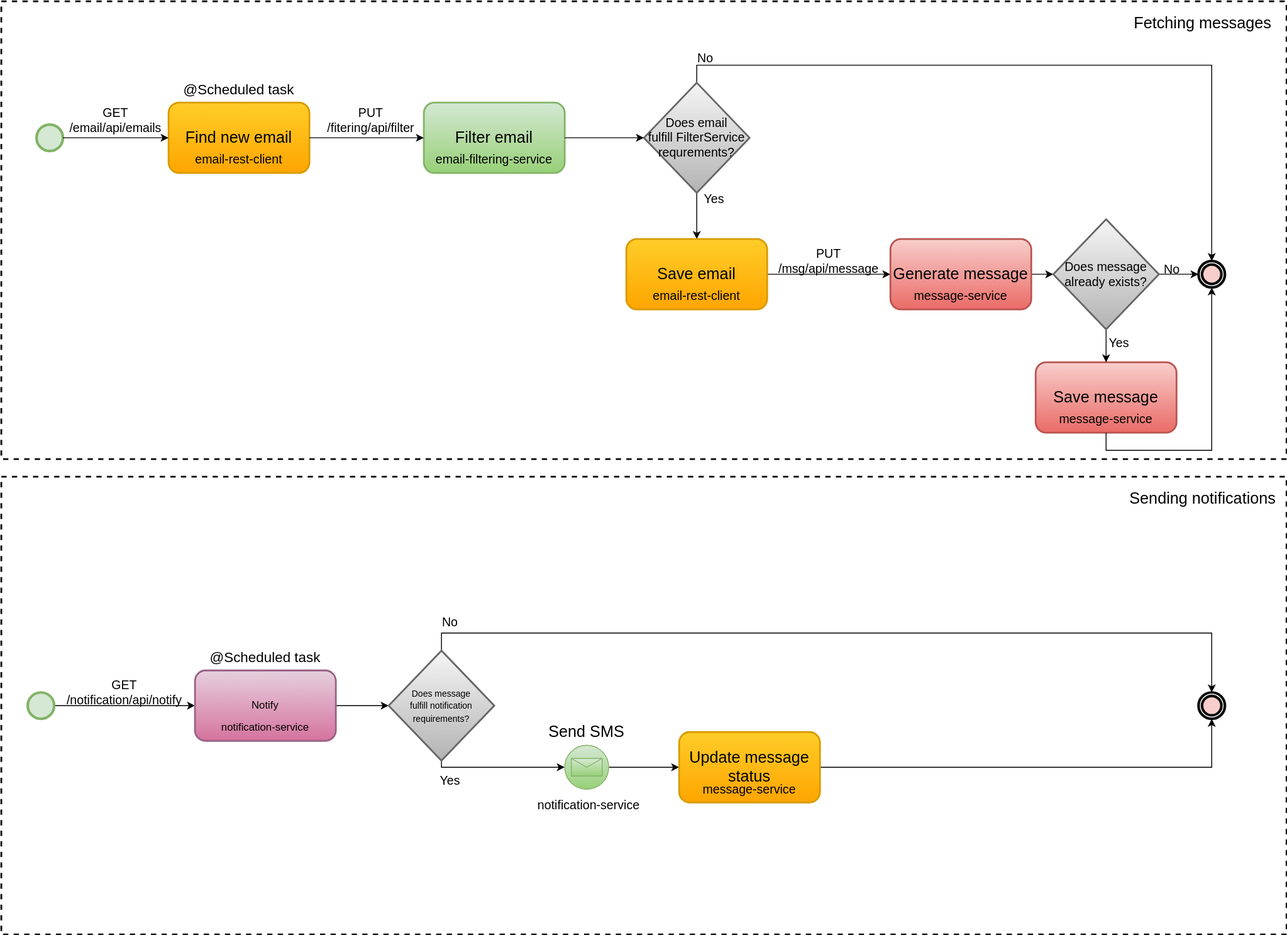
Before: action-diagram.svg, a diagram exported from draw.io (konopkagrzegorz/notification-microservices). Source tidied: cells renumbered, new cells last; positions are measured from the earlier drawing's top-left corner, leaving out a move shared by most shapes.
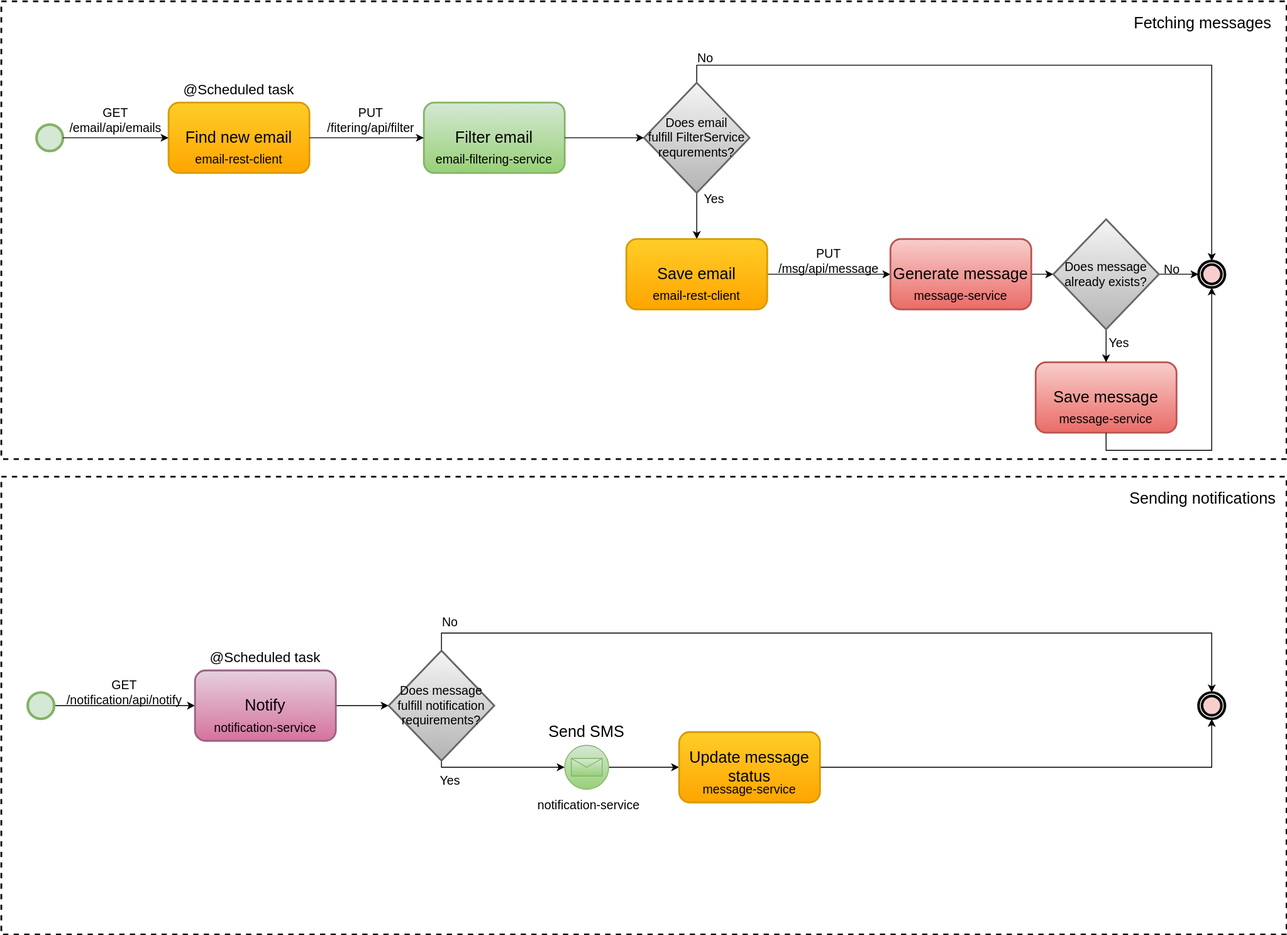
After the change.

Commit message:
increase diagram font

The edit, as a diff of the source:
```diff
@@ -130,13 +130,13 @@
     <mxCell id="43" style="edgeStyle=orthogonalEdgeStyle;rounded=0;jettySize=auto;html=1;exitX=1;exitY=0.5;exitDx=0;exitDy=0;entryX=0;entryY=0.5;entryDx=0;entryDy=0;entryPerimeter=0;fontSize=10;" parent="1" edge="1" source="44" target="49">
       <mxGeometry relative="1" as="geometry" />
     </mxCell>
-    <mxCell id="44" value="Notify" style="shape=rect;html=1;rounded=1;whiteSpace=wrap;align=center;fillStyle=auto;strokeColor=#996185;strokeWidth=2;fillColor=#e6d0de;gradientColor=#d5739d;" parent="1" vertex="1">
+    <mxCell id="44" value="&lt;font style=&quot;font-size: 18px;&quot;&gt;Notify&lt;/font&gt;" style="shape=rect;html=1;rounded=1;whiteSpace=wrap;align=center;fillStyle=auto;strokeColor=#996185;strokeWidth=2;fillColor=#e6d0de;gradientColor=#d5739d;" parent="1" vertex="1">
       <mxGeometry x="220" y="760" width="160" height="80" as="geometry" />
     </mxCell>
     <mxCell id="45" value="&lt;font style=&quot;font-size: 16px;&quot;&gt;@Scheduled task&lt;/font&gt;" style="text;html=1;strokeColor=none;fillColor=none;align=center;verticalAlign=middle;whiteSpace=wrap;rounded=0;fillStyle=auto;" parent="1" vertex="1">
       <mxGeometry x="230" y="730" width="140" height="30" as="geometry" />
     </mxCell>
-    <mxCell id="46" value="notification-service" style="text;html=1;strokeColor=none;fillColor=none;align=center;verticalAlign=middle;whiteSpace=wrap;rounded=0;fillStyle=auto;" parent="1" vertex="1">
+    <mxCell id="46" value="&lt;font style=&quot;font-size: 14px;&quot;&gt;notification-service&lt;/font&gt;" style="text;html=1;strokeColor=none;fillColor=none;align=center;verticalAlign=middle;whiteSpace=wrap;rounded=0;fillStyle=auto;" parent="1" vertex="1">
       <mxGeometry x="230" y="810" width="140" height="30" as="geometry" />
     </mxCell>
     <mxCell id="47" style="edgeStyle=orthogonalEdgeStyle;rounded=0;jettySize=auto;html=1;exitX=0.5;exitY=0;exitDx=0;exitDy=0;exitPerimeter=0;entryX=0.5;entryY=0;entryDx=0;entryDy=0;fontSize=10;" parent="1" edge="1" source="49" target="42">
@@ -149,7 +149,7 @@
         </Array>
       </mxGeometry>
     </mxCell>
-    <mxCell id="49" value="&lt;font style=&quot;font-size: 10px;&quot;&gt;Does message &lt;br&gt;fulfill notification requirements? &lt;/font&gt;" style="strokeWidth=2;html=1;shape=mxgraph.flowchart.decision;whiteSpace=wrap;fillStyle=auto;fillColor=#f5f5f5;gradientColor=#b3b3b3;strokeColor=#666666;" parent="1" vertex="1">
+    <mxCell id="49" value="&lt;font style=&quot;font-size: 14px;&quot;&gt;Does message &lt;br&gt;fulfill notification requirements? &lt;/font&gt;" style="strokeWidth=2;html=1;shape=mxgraph.flowchart.decision;whiteSpace=wrap;fillStyle=auto;fillColor=#f5f5f5;gradientColor=#b3b3b3;strokeColor=#666666;" parent="1" vertex="1">
       <mxGeometry x="440" y="737.5" width="120" height="125" as="geometry" />
     </mxCell>
     <mxCell id="50" value="&lt;font style=&quot;font-size: 14px;&quot;&gt;GET&lt;br&gt; /notification/api/notify&lt;/font&gt;" style="text;html=1;strokeColor=none;fillColor=none;align=center;verticalAlign=middle;whiteSpace=wrap;rounded=0;fillStyle=auto;" parent="1" vertex="1">
```
